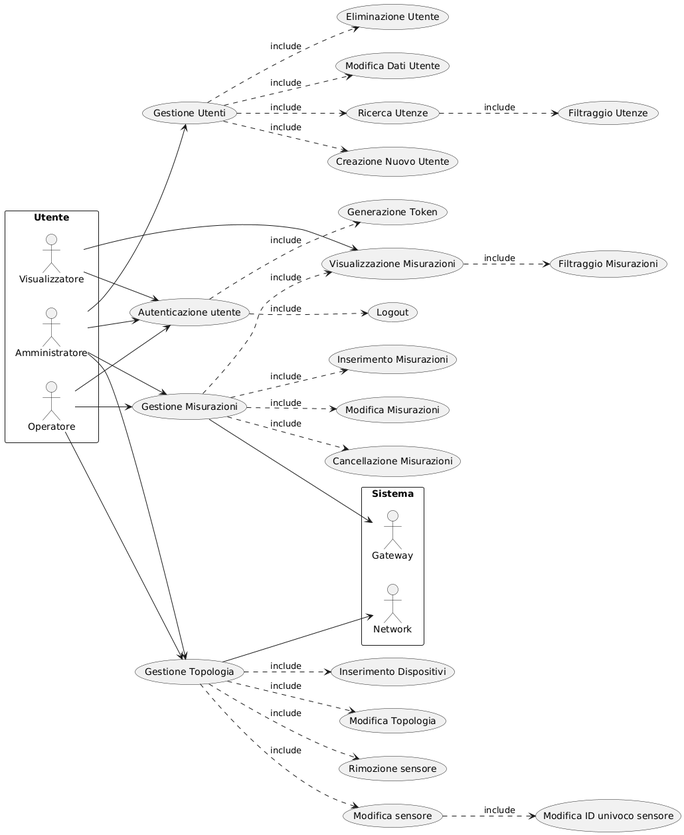
The PlantUML diagram risorse/use-cases.png in KleZeqaj/GeoControl, before a commit.
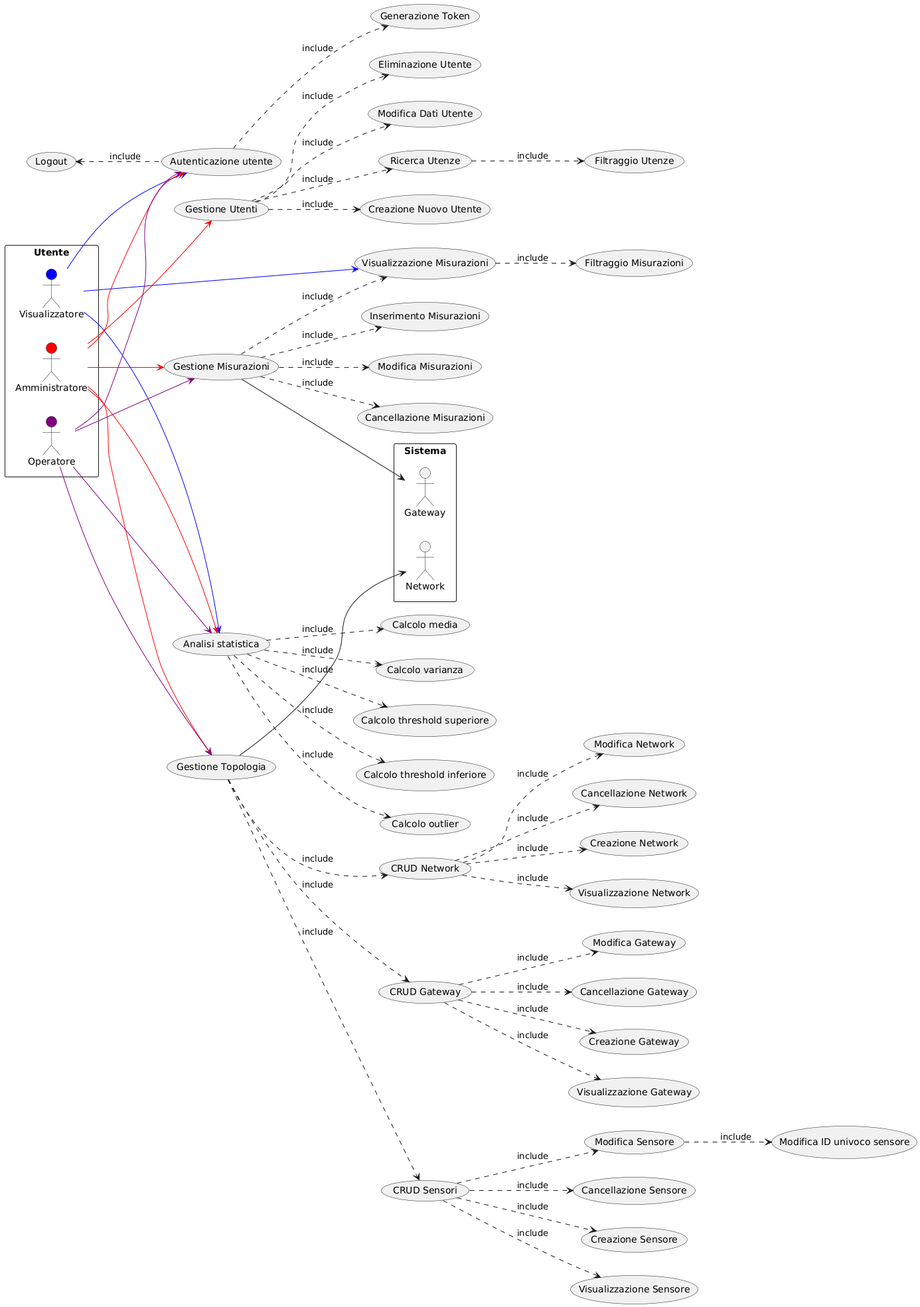
After the commit.

Commit message:
[req]: Aggiornato use-cases diagram

The edit, as a diff of the source:
```diff
@@ -2,9 +2,9 @@
 left to right direction
 
 rectangle Utente {
-actor Amministratore
-actor Operatore
-actor Visualizzatore
+actor Amministratore #red
+actor Operatore #purple
+actor Visualizzatore #blue
 }
 
 rectangle Sistema {
@@ -27,15 +27,32 @@
 usecase "Visualizzazione Misurazioni" as UC18
 usecase "Filtraggio Misurazioni" as UC19
 usecase "Gestione Topologia" as UC20
-usecase "Inserimento Dispositivi" as UC21
-usecase "Modifica Topologia" as UC22
-usecase "Rimozione sensore" as UC23
-usecase "Modifica sensore" as UC24
-usecase "Modifica ID univoco sensore" as UC25
-usecase "Generazione Token" as UC26
+usecase "CRUD Network" as UC21
+usecase "CRUD Gateway" as UC22
+usecase "CRUD Sensori" as UC23
+usecase "Creazione Network" as UC24
+usecase "Visualizzazione Network" as UC25
+usecase "Modifica Network" as UC26
+usecase "Cancellazione Network" as UC27
+usecase "Creazione Gateway" as UC28
+usecase "Visualizzazione Gateway" as UC29
+usecase "Modifica Gateway" as UC30
+usecase "Cancellazione Gateway" as UC31
+usecase "Creazione Sensore" as UC32
+usecase "Visualizzazione Sensore" as UC33
+usecase "Modifica Sensore" as UC34
+usecase "Cancellazione Sensore" as UC35
+usecase "Modifica ID univoco sensore" as UC36
+usecase "Generazione Token" as UC37
+usecase "Analisi statistica" as UC38
+usecase "Calcolo media" as UC39
+usecase "Calcolo varianza" as UC40
+usecase "Calcolo threshold superiore" as UC41
+usecase "Calcolo threshold inferiore" as UC42
+usecase "Calcolo outlier" as UC43
 
-UC1 ..> UC11 : include
-UC1 ..> UC26 : include
+UC1 .u.> UC11 : include
+UC1 .d.> UC37 : include
 UC2 ..> UC8 : include
 UC2 ..> UC9 : include
 UC2 ..> UC10 : include
@@ -49,18 +66,37 @@
 UC20 ..> UC21 : include
 UC20 ..> UC22 : include
 UC20 ..> UC23 : include
-UC20 ..> UC24 : include
-UC24 ..> UC25 : include
+UC21 ..> UC24 : include
+UC21 ..> UC25 : include
+UC21 ..> UC26 : include
+UC21 ..> UC27 : include
+UC22 ..> UC28 : include
+UC22 ..> UC29 : include
+UC22 ..> UC30 : include
+UC22 ..> UC31 : include
+UC23 ..> UC32 : include
+UC23 ..> UC33 : include
+UC23 ..> UC34 : include
+UC23 ..> UC35 : include
+UC34 ..> UC36 : include
+UC38 ..> UC39 : include
+UC38 ..> UC40 : include
+UC38 ..> UC41 : include
+UC38 ..> UC42 : include
+UC38 ..> UC43 : include
 
-Visualizzatore --> UC1
-Visualizzatore --> UC18
-Amministratore --> UC1
-Amministratore --> UC2
-Amministratore --> UC14
-Amministratore --> UC20
-Operatore --> UC1
-Operatore --> UC14
-Operatore --> UC20
+Visualizzatore --> UC1 #blue
+Visualizzatore --> UC18 #blue
+Visualizzatore --> UC38 #blue
+Amministratore --> UC1 #red
+Amministratore --> UC2 #red
+Amministratore --> UC14 #red
+Amministratore --> UC20 #red
+Amministratore --> UC38 #red
+Operatore --> UC1 #purple
+Operatore --> UC14 #purple
+Operatore --> UC20 #purple
+Operatore --> UC38 #purple
 UC14 --> Gateway
 UC20 --> Network
 @enduml
```
